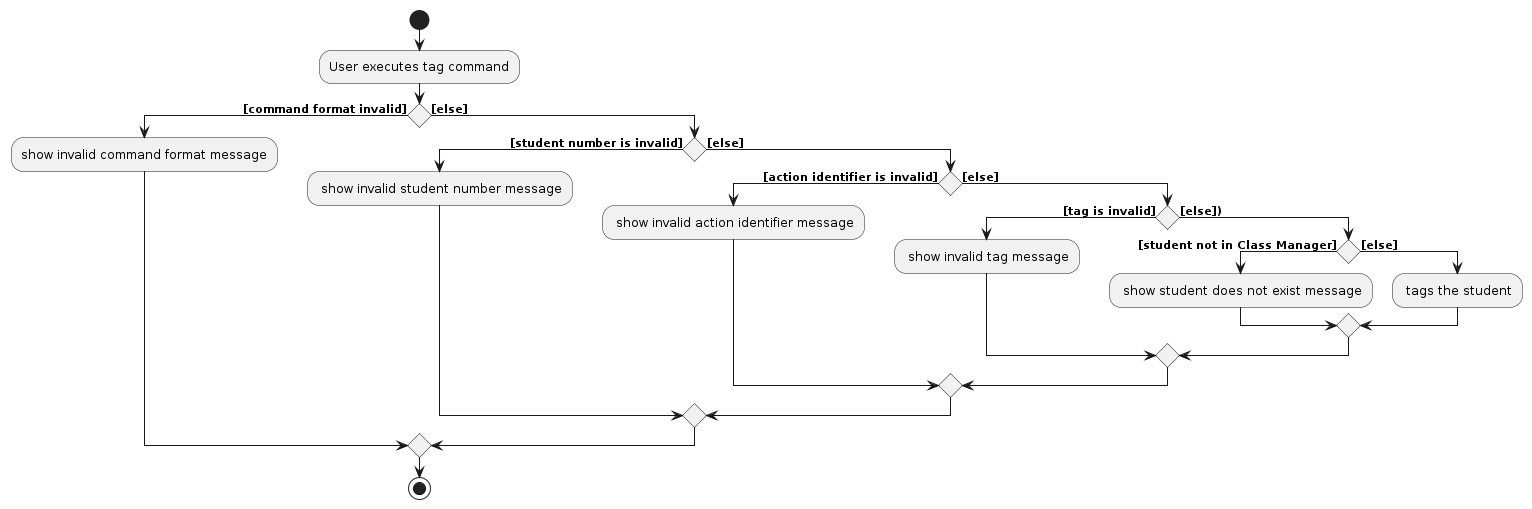
The PlantUML diagram diagrams/TagCommandActivityDiagram.png in AY2324S1-CS2103T-T11-1/tp, before a commit. Its source is kept beside it as diagrams/TagCommandActivityDiagram.puml. The source it was exported from:
```plantuml
@startuml
!include style.puml

start
:User executes tag command;

if () then ([command format invalid])
    :show invalid command format message;
else ([else])
    if () then ([student number is invalid])
        : show invalid student number message;
    else ([else])
        if () then ([action identifier is invalid])
            : show invalid action identifier message;
        else ([else])
            if () then ([tag is invalid])
                : show invalid tag message;
            else ([else]))
                if () then ([student not in Class Manager])
                    : show student does not exist message;
                else ([else])
                    : tags the student;
                endif
            endif
        endif
    endif
endif
stop
@enduml
```
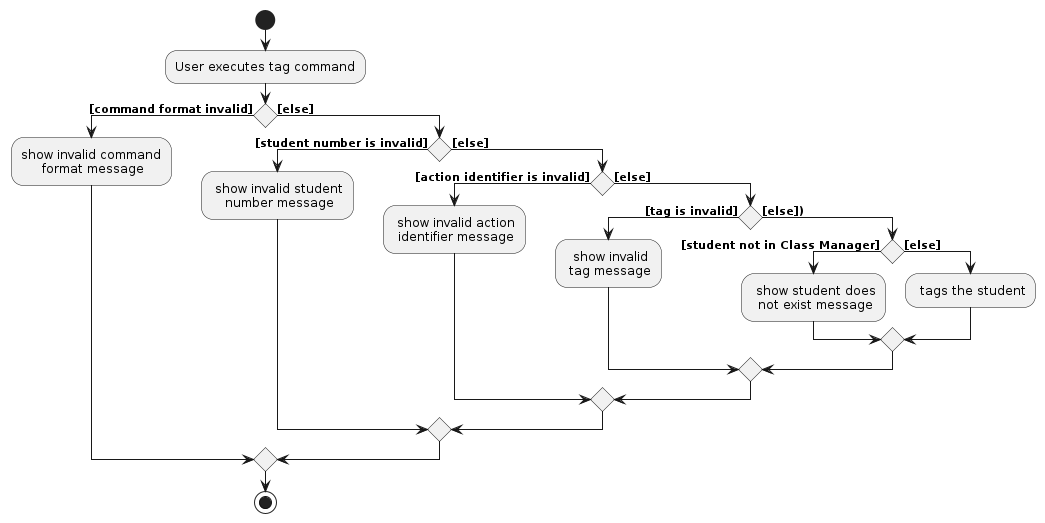
The same file after the commit.

The edit, as a diff of the source:
```diff
@@ -5,19 +5,19 @@
 :User executes tag command;
 
 if () then ([command format invalid])
-    :show invalid command format message;
+    :show invalid command\n format message;
 else ([else])
     if () then ([student number is invalid])
-        : show invalid student number message;
+        : show invalid student\n number message;
     else ([else])
         if () then ([action identifier is invalid])
-            : show invalid action identifier message;
+            : show invalid action\n identifier message;
         else ([else])
             if () then ([tag is invalid])
-                : show invalid tag message;
+                : show invalid\n tag message;
             else ([else]))
                 if () then ([student not in Class Manager])
-                    : show student does not exist message;
+                    : show student does\n not exist message;
                 else ([else])
                     : tags the student;
                 endif
```
